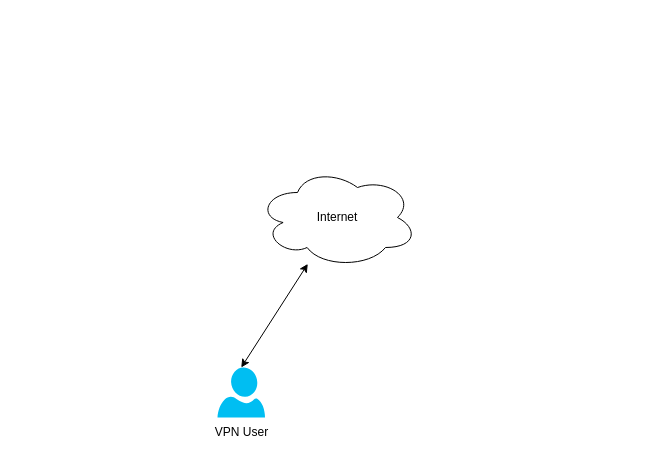
Earlier version of the draw.io diagram Untitled Diagram.drawio (buchok/hello-world). Source tidied: cells renumbered, new cells numbered last; positions are measured from the earlier drawing's top-left corner, leaving out a move shared by most shapes. Both pictures are drawn from the tidied source at 100%, with x=0, y=0 at pixel (201, 167).
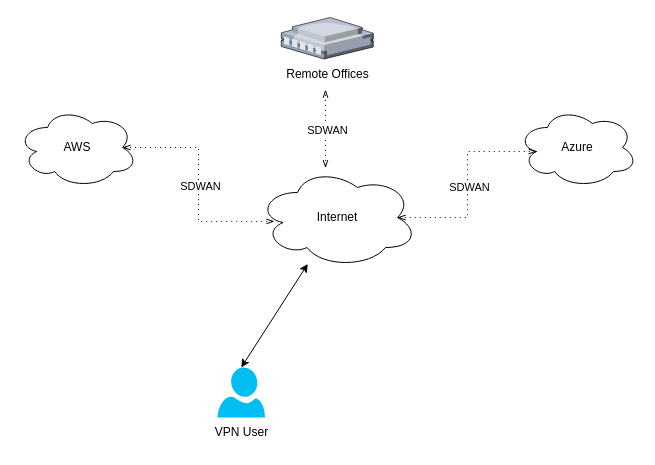
After the change.

Change to the diagram source:
```diff
@@
 <mxGraphModel>
   <root>
     <mxCell id="0" />
     <mxCell id="1" parent="0" />
     <mxCell id="2" value="Internet" style="ellipse;shape=cloud;whiteSpace=wrap;html=1;" parent="1" vertex="1">
       <mxGeometry x="56" width="160" height="100" as="geometry" />
     </mxCell>
     <mxCell id="3" style="verticalLabelPosition=bottom;html=1;verticalAlign=top;align=center;strokeColor=none;fillColor=#00BEF2;shape=mxgraph.azure.user;" parent="1" vertex="1">
       <mxGeometry x="16" y="200" width="47.5" height="50" as="geometry" />
     </mxCell>
     <mxCell id="4" value="VPN User" style="text;html=1;align=center;verticalAlign=middle;strokeColor=none;fillColor=none;" parent="1" vertex="1">
       <mxGeometry x="-0.2" y="250" width="80" height="30" as="geometry" />
     </mxCell>
     <mxCell id="5" style="endArrow=classic;startArrow=classic;html=1;rounded=0;exitX=0.5;exitY=0;exitDx=0;exitDy=0;exitPerimeter=0;" parent="1" edge="1" source="3" target="2">
       <mxGeometry relative="1" as="geometry" />
     </mxCell>
+    <mxCell id="6" style="verticalLabelPosition=bottom;sketch=0;html=1;verticalAlign=top;strokeColor=none;align=center;shape=mxgraph.citrix.remote_office;" parent="1" vertex="1">
+      <mxGeometry x="79.8" y="-150" width="92" height="41.5" as="geometry" />
+    </mxCell>
+    <mxCell id="7" value="Remote Offices" style="text;html=1;align=center;verticalAlign=middle;points=[];strokeColor=none;fillColor=none;" parent="1" vertex="1">
+      <mxGeometry x="70.8" y="-108.5" width="110" height="30" as="geometry" />
+    </mxCell>
+    <mxCell id="8" style="edgeStyle=elbowEdgeStyle;fontSize=12;html=1;endFill=0;startFill=0;endSize=6;startSize=6;dashed=1;dashPattern=1 4;endArrow=openThin;startArrow=openThin;rounded=0;entryX=0.484;entryY=1.022;entryDx=0;entryDy=0;entryPerimeter=0;" parent="1" edge="1" source="2" target="7">
+      <mxGeometry relative="1" as="geometry" />
+    </mxCell>
+    <mxCell id="9" value="SDWAN" style="edgeLabel;html=1;align=center;verticalAlign=middle;" parent="8" vertex="1">
+      <mxGeometry x="-0.02" y="-1" relative="1" as="geometry" />
+    </mxCell>
+    <mxCell id="10" value="AWS" style="ellipse;shape=cloud;whiteSpace=wrap;html=1;" parent="1" vertex="1">
+      <mxGeometry x="-184" y="-60" width="120" height="80" as="geometry" />
+    </mxCell>
+    <mxCell id="11" value="Azure" style="ellipse;shape=cloud;whiteSpace=wrap;html=1;" parent="1" vertex="1">
+      <mxGeometry x="316" y="-60" width="120" height="80" as="geometry" />
+    </mxCell>
+    <mxCell id="12" style="edgeStyle=elbowEdgeStyle;fontSize=12;html=1;endFill=0;startFill=0;endSize=6;startSize=6;dashed=1;dashPattern=1 4;endArrow=openThin;startArrow=openThin;rounded=0;entryX=0.875;entryY=0.5;entryDx=0;entryDy=0;entryPerimeter=0;exitX=0.106;exitY=0.539;exitDx=0;exitDy=0;exitPerimeter=0;" parent="1" edge="1" source="2" target="10">
+      <mxGeometry relative="1" as="geometry" />
+    </mxCell>
+    <mxCell id="13" value="SDWAN" style="edgeLabel;html=1;align=center;verticalAlign=middle;" parent="12" vertex="1">
+      <mxGeometry x="-0.02" y="-1" relative="1" as="geometry" />
+    </mxCell>
+    <mxCell id="14" style="edgeStyle=elbowEdgeStyle;fontSize=12;html=1;endFill=0;startFill=0;endSize=6;startSize=6;dashed=1;dashPattern=1 4;endArrow=openThin;startArrow=openThin;rounded=0;entryX=0.16;entryY=0.55;entryDx=0;entryDy=0;entryPerimeter=0;exitX=0.875;exitY=0.5;exitDx=0;exitDy=0;exitPerimeter=0;" parent="1" edge="1" source="2" target="11">
+      <mxGeometry relative="1" as="geometry" />
+    </mxCell>
+    <mxCell id="15" value="SDWAN" style="edgeLabel;html=1;align=center;verticalAlign=middle;" parent="14" vertex="1">
+      <mxGeometry x="-0.02" y="-1" relative="1" as="geometry" />
+    </mxCell>
   </root>
 </mxGraphModel>
```
